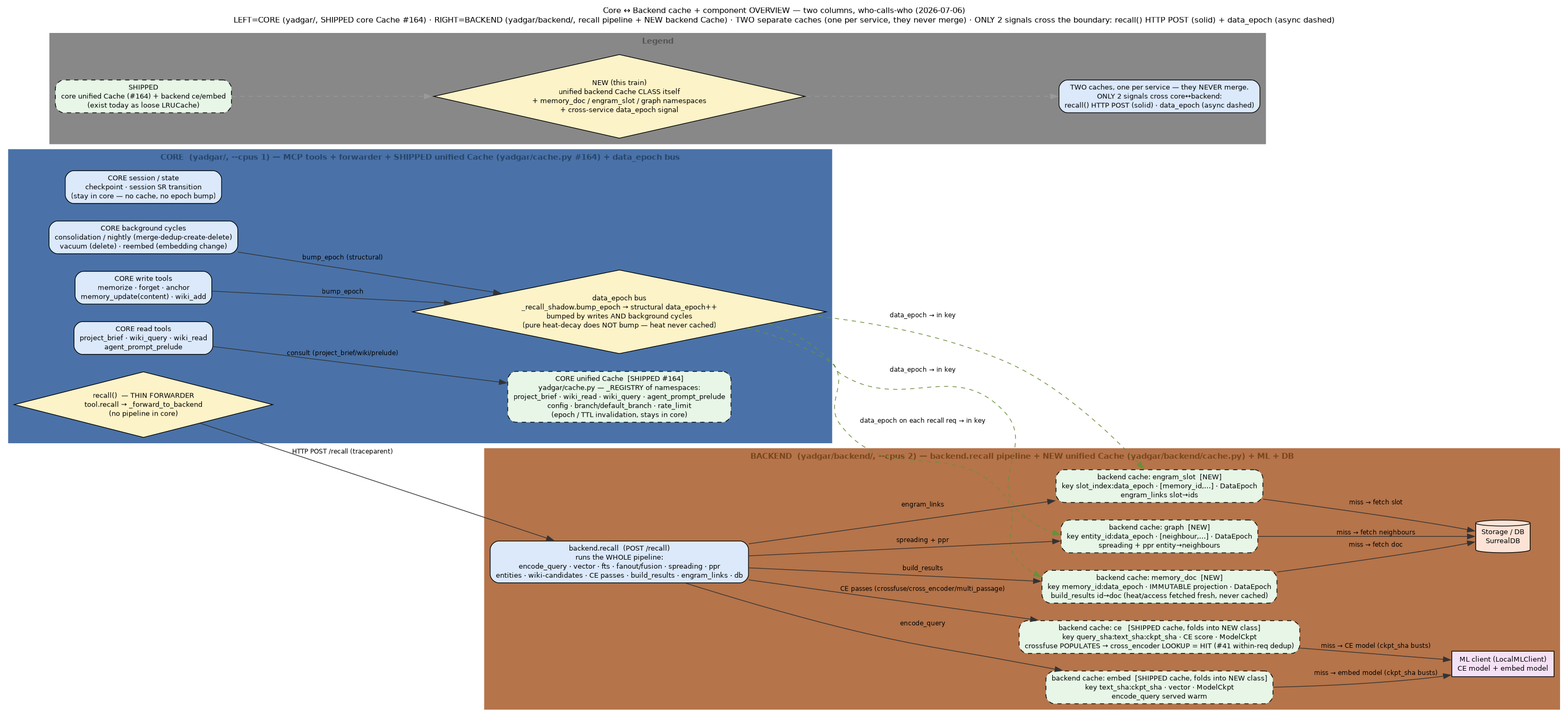
m-agahi/yadgar keeps this Graphviz diagram as docs/diagrams/out/core-backend-cache-overview-2026-07-06-1600.png. Above is the earlier version. Its source is kept beside it as docs/diagrams/out/core-backend-cache-overview-2026-07-06-1600.dot.
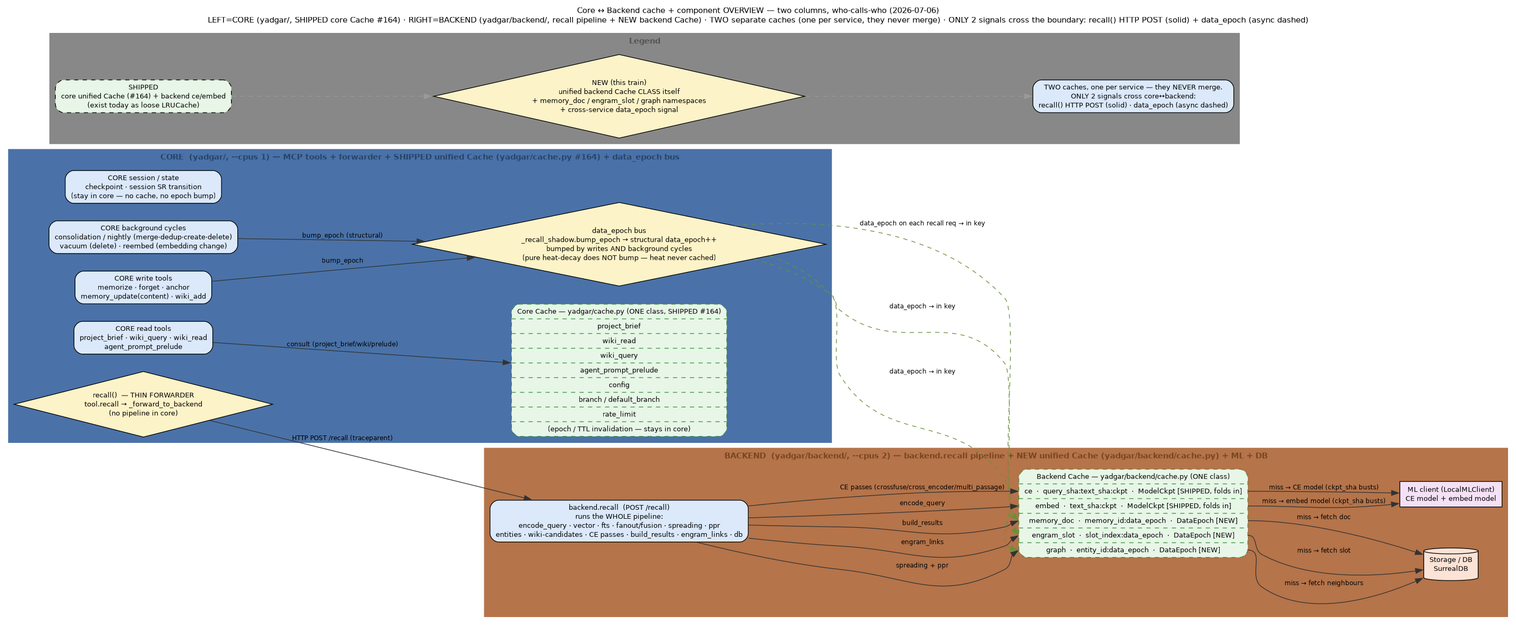
After the commit.

Commit message:
docs(diagrams): cache-overview — unified caches as ONE record box w/ namespace rows (not N boxes)

The edit, as a diff of the source:
```diff
@@ -21,7 +21,7 @@
     "write_tools" [shape="box", style="rounded,filled", fillcolor="#dbe9fb", label="CORE write tools\nmemorize · forget · anchor\nmemory_update(content) · wiki_add"];
     "bg_cycles" [shape="box", style="rounded,filled", fillcolor="#dbe9fb", label="CORE background cycles\nconsolidation / nightly (merge·dedup·create·delete)\nvacuum (delete) · reembed (embedding change)"];
     "session" [shape="box", style="rounded,filled", fillcolor="#dbe9fb", label="CORE session / state\ncheckpoint · session SR transition\n(stay in core — no cache, no epoch bump)"];
-    "core_cache" [shape="box", style="rounded,filled,dashed", fillcolor="#e7f6e7", label="CORE unified Cache  [SHIPPED #164]\nyadgar/cache.py — _REGISTRY of namespaces:\nproject_brief · wiki_read · wiki_query · agent_prompt_prelude\nconfig · branch/default_branch · rate_limit\n(epoch / TTL invalidation, stays in core)"];
+    "core_cache" [label="Core\ Cache\ —\ yadgar/cache.py\ (ONE\ class,\ SHIPPED\ #164)|<project_brief> project_brief|<wiki_read> wiki_read|<wiki_query> wiki_query|<agent_prompt_prelude> agent_prompt_prelude|<config> config|<branch> branch\ /\ default_branch|<rate_limit> rate_limit|(epoch\ /\ TTL\ invalidation\ —\ stays\ in\ core)", shape="Mrecord", style="filled,dashed", fillcolor="#e7f6e7", color="#3a8f3a"];
     "epoch_bus" [shape="diamond", style="filled", fillcolor="#fdf3c8", label="data_epoch bus\n_recall_shadow.bump_epoch → structural data_epoch++\nbumped by writes AND background cycles\n(pure heat-decay does NOT bump — heat never cached)"];
   }
   subgraph "cluster_backend" {
@@ -32,11 +32,7 @@
     fontcolor="#7a4620";
     fontname="Helvetica-Bold";
     "backend_recall" [shape="box", style="rounded,filled", fillcolor="#dbe9fb", label="backend.recall  (POST /recall)\nruns the WHOLE pipeline:\nencode_query · vector · fts · fanout/fusion · spreading · ppr\nentities · wiki-candidates · CE passes · build_results · engram_links · db"];
-    "ns_ce" [shape="box", style="rounded,filled,dashed", fillcolor="#e7f6e7", label="backend cache: ce   [SHIPPED cache, folds into NEW class]\nkey query_sha:text_sha:ckpt_sha · CE score · ModelCkpt\ncrossfuse POPULATES → cross_encoder LOOKUP = HIT (#41 within-req dedup)"];
-    "ns_embed" [shape="box", style="rounded,filled,dashed", fillcolor="#e7f6e7", label="backend cache: embed  [SHIPPED cache, folds into NEW class]\nkey text_sha:ckpt_sha · vector · ModelCkpt\nencode_query served warm"];
-    "ns_mdoc" [shape="box", style="rounded,filled,dashed", fillcolor="#e7f6e7", label="backend cache: memory_doc  [NEW]\nkey memory_id:data_epoch · IMMUTABLE projection · DataEpoch\nbuild_results id→doc (heat/access fetched fresh, never cached)"];
-    "ns_slot" [shape="box", style="rounded,filled,dashed", fillcolor="#e7f6e7", label="backend cache: engram_slot  [NEW]\nkey slot_index:data_epoch · [memory_id,…] · DataEpoch\nengram_links slot→ids"];
-    "ns_graph" [shape="box", style="rounded,filled,dashed", fillcolor="#e7f6e7", label="backend cache: graph  [NEW]\nkey entity_id:data_epoch · [neighbour,…] · DataEpoch\nspreading + ppr entity→neighbours"];
+    "backend_cache" [label="Backend\ Cache\ —\ yadgar/backend/cache.py\ (ONE\ class)|<ce> ce\ \ ·\ \ query_sha:text_sha:ckpt\ \ ·\ \ ModelCkpt\ [SHIPPED,\ folds\ in]|<embed> embed\ \ ·\ \ text_sha:ckpt\ \ ·\ \ ModelCkpt\ [SHIPPED,\ folds\ in]|<memory_doc> memory_doc\ \ ·\ \ memory_id:data_epoch\ \ ·\ \ DataEpoch\ [NEW]|<engram_slot> engram_slot\ \ ·\ \ slot_index:data_epoch\ \ ·\ \ DataEpoch\ [NEW]|<graph> graph\ \ ·\ \ entity_id:data_epoch\ \ ·\ \ DataEpoch\ [NEW]", shape="Mrecord", style="filled,dashed", fillcolor="#e7f6e7", color="#3a8f3a"];
     "ml" [shape="box", style="filled", fillcolor="#f5e1f5", label="ML client (LocalMLClient)\nCE model + embed model"];
     "db" [shape="cylinder", style="filled", fillcolor="#fce3d6", label="Storage / DB\nSurrealDB"];
   }
@@ -55,19 +51,19 @@
   "write_tools" -> "epoch_bus" [color="#333333", style="solid", label="bump_epoch"];
   "bg_cycles" -> "epoch_bus" [color="#333333", style="solid", label="bump_epoch (structural)"];
   "recall_fwd" -> "backend_recall" [color="#333333", style="solid", label="HTTP POST /recall (traceparent)"];
-  "epoch_bus" -> "ns_mdoc" [color="#6a8f3a", style="dashed", label="data_epoch on each recall req → in key"];
-  "epoch_bus" -> "ns_slot" [color="#6a8f3a", style="dashed", label="data_epoch → in key"];
-  "epoch_bus" -> "ns_graph" [color="#6a8f3a", style="dashed", label="data_epoch → in key"];
-  "backend_recall" -> "ns_ce" [color="#333333", style="solid", label="CE passes (crossfuse/cross_encoder/multi_passage)"];
-  "backend_recall" -> "ns_embed" [color="#333333", style="solid", label="encode_query"];
-  "backend_recall" -> "ns_mdoc" [color="#333333", style="solid", label="build_results"];
-  "backend_recall" -> "ns_slot" [color="#333333", style="solid", label="engram_links"];
-  "backend_recall" -> "ns_graph" [color="#333333", style="solid", label="spreading + ppr"];
-  "ns_ce" -> "ml" [color="#333333", style="solid", label="miss → CE model (ckpt_sha busts)"];
-  "ns_embed" -> "ml" [color="#333333", style="solid", label="miss → embed model (ckpt_sha busts)"];
-  "ns_mdoc" -> "db" [color="#333333", style="solid", label="miss → fetch doc"];
-  "ns_slot" -> "db" [color="#333333", style="solid", label="miss → fetch slot"];
-  "ns_graph" -> "db" [color="#333333", style="solid", label="miss → fetch neighbours"];
+  "epoch_bus" -> "backend_cache":"memory_doc" [color="#6a8f3a", style="dashed", label="data_epoch on each recall req → in key"];
+  "epoch_bus" -> "backend_cache":"engram_slot" [color="#6a8f3a", style="dashed", label="data_epoch → in key"];
+  "epoch_bus" -> "backend_cache":"graph" [color="#6a8f3a", style="dashed", label="data_epoch → in key"];
+  "backend_recall" -> "backend_cache":"ce" [color="#333333", style="solid", label="CE passes (crossfuse/cross_encoder/multi_passage)"];
+  "backend_recall" -> "backend_cache":"embed" [color="#333333", style="solid", label="encode_query"];
+  "backend_recall" -> "backend_cache":"memory_doc" [color="#333333", style="solid", label="build_results"];
+  "backend_recall" -> "backend_cache":"engram_slot" [color="#333333", style="solid", label="engram_links"];
+  "backend_recall" -> "backend_cache":"graph" [color="#333333", style="solid", label="spreading + ppr"];
+  "backend_cache":"ce" -> "ml" [color="#333333", style="solid", label="miss → CE model (ckpt_sha busts)"];
+  "backend_cache":"embed" -> "ml" [color="#333333", style="solid", label="miss → embed model (ckpt_sha busts)"];
+  "backend_cache":"memory_doc" -> "db" [color="#333333", style="solid", label="miss → fetch doc"];
+  "backend_cache":"engram_slot" -> "db" [color="#333333", style="solid", label="miss → fetch slot"];
+  "backend_cache":"graph" -> "db" [color="#333333", style="solid", label="miss → fetch neighbours"];
   "leg_shipped" -> "leg_new" [color="#999999", style="dashed"];
   "leg_new" -> "leg_bound" [color="#999999", style="dashed"];
 }
```
